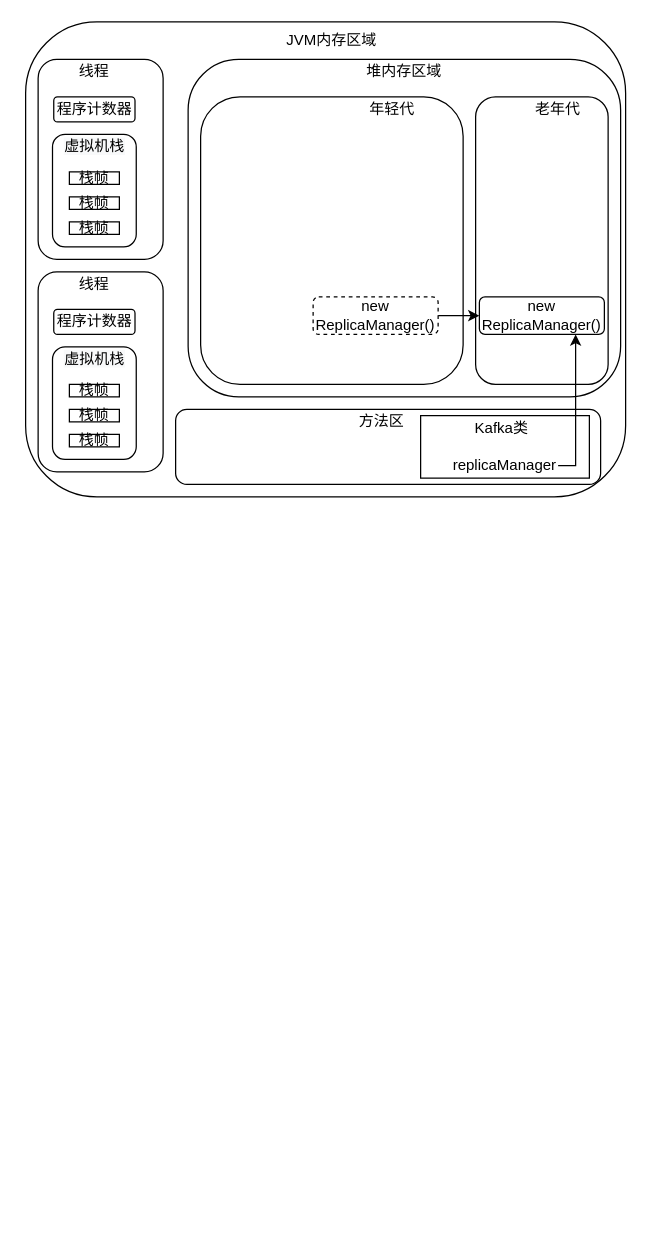
Before: JVM-代码的允许.drawio in chyw12798/chyw.github.io, a draw.io diagram. Source tidied: cells renumbered, new cells numbered last; positions are measured from the earlier drawing's top-left corner, leaving out a move shared by most shapes. Both pictures are drawn from the tidied source at 125%, with x=0, y=0 at pixel (25, 21).
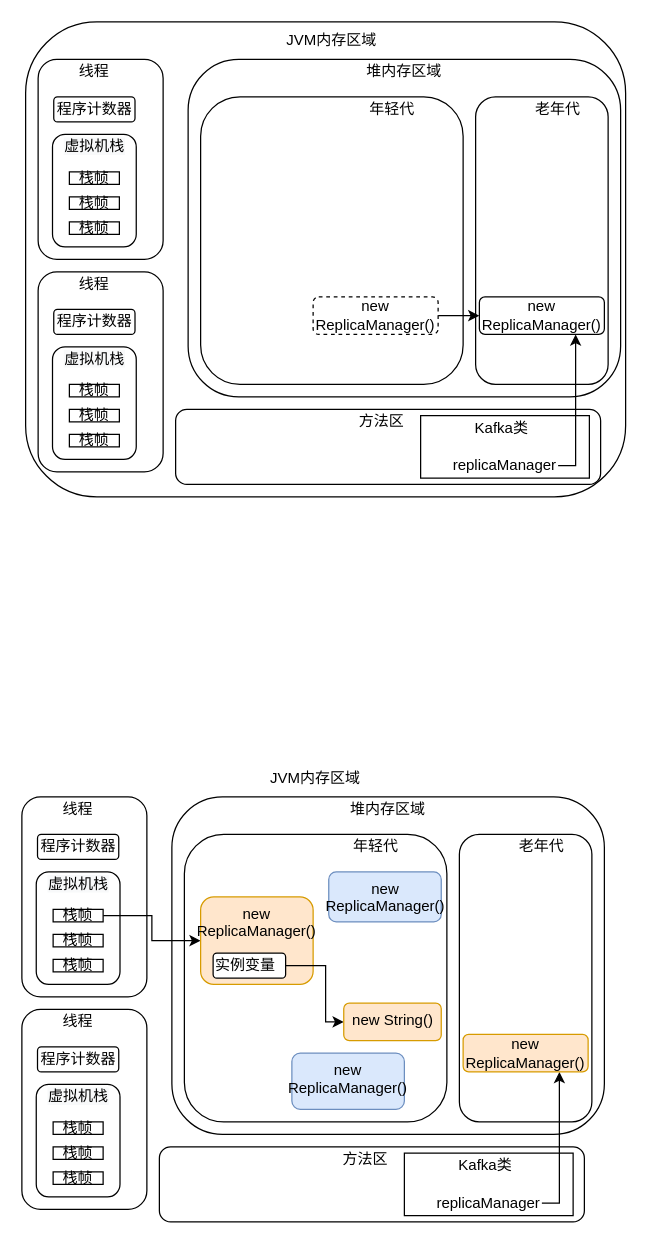
Above is the later version.

Commit message:
更新JVM-代码的允许.drawio

Diff of the diagram source:
```diff
@@
+    <mxCell id="35" value="JVM内存区域" style="text;html=1;strokeColor=none;fillColor=none;align=center;verticalAlign=middle;whiteSpace=wrap;rounded=0;" parent="1" vertex="1">
+      <mxGeometry x="187" y="590" width="90" height="30" as="geometry" />
+    </mxCell>
+    <mxCell id="36" style="rounded=1;whiteSpace=wrap;html=1;" parent="1" vertex="1">
+      <mxGeometry x="117" y="620" width="346" height="270" as="geometry" />
+    </mxCell>
+    <mxCell id="37" value="堆内存区域" style="text;html=1;strokeColor=none;fillColor=none;align=center;verticalAlign=middle;whiteSpace=wrap;rounded=0;" parent="1" vertex="1">
+      <mxGeometry x="252" y="620" width="76" height="20" as="geometry" />
+    </mxCell>
+    <mxCell id="38" style="rounded=1;whiteSpace=wrap;html=1;" parent="1" vertex="1">
+      <mxGeometry x="127" y="650" width="210" height="230" as="geometry" />
+    </mxCell>
+    <mxCell id="39" style="rounded=1;whiteSpace=wrap;html=1;" parent="1" vertex="1">
+      <mxGeometry x="347" y="650" width="106" height="230" as="geometry" />
+    </mxCell>
+    <mxCell id="40" value="年轻代" style="text;html=1;strokeColor=none;fillColor=none;align=center;verticalAlign=middle;whiteSpace=wrap;rounded=0;" parent="1" vertex="1">
+      <mxGeometry x="258" y="650" width="45" height="20" as="geometry" />
+    </mxCell>
+    <mxCell id="41" value="老年代" style="text;html=1;strokeColor=none;fillColor=none;align=center;verticalAlign=middle;whiteSpace=wrap;rounded=0;" parent="1" vertex="1">
+      <mxGeometry x="393" y="650" width="40" height="20" as="geometry" />
+    </mxCell>
+    <mxCell id="42" style="rounded=1;whiteSpace=wrap;html=1;" parent="1" vertex="1">
+      <mxGeometry x="107" y="900" width="340" height="60" as="geometry" />
+    </mxCell>
+    <mxCell id="43" style="rounded=1;whiteSpace=wrap;html=1;" parent="1" vertex="1">
+      <mxGeometry x="-3" y="620" width="100" height="160" as="geometry" />
+    </mxCell>
+    <mxCell id="44" value="线程" style="text;html=1;strokeColor=none;fillColor=none;align=center;verticalAlign=middle;whiteSpace=wrap;rounded=0;" parent="1" vertex="1">
+      <mxGeometry x="22" y="620" width="40" height="20" as="geometry" />
+    </mxCell>
+    <mxCell id="45" value="程序计数器" style="rounded=1;whiteSpace=wrap;html=1;" parent="1" vertex="1">
+      <mxGeometry x="9.5" y="650" width="65" height="20" as="geometry" />
+    </mxCell>
+    <mxCell id="46" style="rounded=1;whiteSpace=wrap;html=1;" parent="1" vertex="1">
+      <mxGeometry x="8.5" y="680" width="67" height="90" as="geometry" />
+    </mxCell>
+    <mxCell id="47" value="&#10;&#10;&lt;span style=&quot;color: rgb(0, 0, 0); font-family: helvetica; font-size: 12px; font-style: normal; font-weight: 400; letter-spacing: normal; text-align: center; text-indent: 0px; text-transform: none; word-spacing: 0px; background-color: rgb(248, 249, 250); display: inline; float: none;&quot;&gt;虚拟机栈&lt;/span&gt;&#10;&#10;" style="text;html=1;strokeColor=none;fillColor=none;align=center;verticalAlign=middle;whiteSpace=wrap;rounded=0;" parent="1" vertex="1">
+      <mxGeometry x="15.5" y="680" width="53" height="20" as="geometry" />
+    </mxCell>
+    <mxCell id="48" style="edgeStyle=orthogonalEdgeStyle;rounded=0;jettySize=auto;html=1;entryX=0;entryY=0.5;entryDx=0;entryDy=0;" parent="1" edge="1" source="49" target="66">
+      <mxGeometry relative="1" as="geometry" />
+    </mxCell>
+    <mxCell id="49" value="栈帧" style="rounded=0;whiteSpace=wrap;html=1;" parent="1" vertex="1">
+      <mxGeometry x="22" y="710" width="40" height="10" as="geometry" />
+    </mxCell>
+    <mxCell id="50" value="栈帧" style="rounded=0;whiteSpace=wrap;html=1;" parent="1" vertex="1">
+      <mxGeometry x="22" y="730" width="40" height="10" as="geometry" />
+    </mxCell>
+    <mxCell id="51" value="栈帧" style="rounded=0;whiteSpace=wrap;html=1;" parent="1" vertex="1">
+      <mxGeometry x="22" y="750" width="40" height="10" as="geometry" />
+    </mxCell>
+    <mxCell id="52" style="rounded=1;whiteSpace=wrap;html=1;" parent="1" vertex="1">
+      <mxGeometry x="-3" y="790" width="100" height="160" as="geometry" />
+    </mxCell>
+    <mxCell id="53" value="线程" style="text;html=1;strokeColor=none;fillColor=none;align=center;verticalAlign=middle;whiteSpace=wrap;rounded=0;" parent="1" vertex="1">
+      <mxGeometry x="22" y="790" width="40" height="20" as="geometry" />
+    </mxCell>
+    <mxCell id="54" value="程序计数器" style="rounded=1;whiteSpace=wrap;html=1;" parent="1" vertex="1">
+      <mxGeometry x="9.5" y="820" width="65" height="20" as="geometry" />
+    </mxCell>
+    <mxCell id="55" style="rounded=1;whiteSpace=wrap;html=1;" parent="1" vertex="1">
+      <mxGeometry x="8.5" y="850" width="67" height="90" as="geometry" />
+    </mxCell>
+    <mxCell id="56" value="&#10;&#10;&lt;span style=&quot;color: rgb(0, 0, 0); font-family: helvetica; font-size: 12px; font-style: normal; font-weight: 400; letter-spacing: normal; text-align: center; text-indent: 0px; text-transform: none; word-spacing: 0px; background-color: rgb(248, 249, 250); display: inline; float: none;&quot;&gt;虚拟机栈&lt;/span&gt;&#10;&#10;" style="text;html=1;strokeColor=none;fillColor=none;align=center;verticalAlign=middle;whiteSpace=wrap;rounded=0;" parent="1" vertex="1">
+      <mxGeometry x="15.5" y="850" width="53" height="20" as="geometry" />
+    </mxCell>
+    <mxCell id="57" value="栈帧" style="rounded=0;whiteSpace=wrap;html=1;" parent="1" vertex="1">
+      <mxGeometry x="22" y="880" width="40" height="10" as="geometry" />
+    </mxCell>
+    <mxCell id="58" value="栈帧" style="rounded=0;whiteSpace=wrap;html=1;" parent="1" vertex="1">
+      <mxGeometry x="22" y="900" width="40" height="10" as="geometry" />
+    </mxCell>
+    <mxCell id="59" value="栈帧" style="rounded=0;whiteSpace=wrap;html=1;" parent="1" vertex="1">
+      <mxGeometry x="22" y="920" width="40" height="10" as="geometry" />
+    </mxCell>
+    <mxCell id="60" value="方法区" style="text;html=1;strokeColor=none;fillColor=none;align=center;verticalAlign=middle;whiteSpace=wrap;rounded=0;" parent="1" vertex="1">
+      <mxGeometry x="252" y="900" width="40" height="20" as="geometry" />
+    </mxCell>
+    <mxCell id="61" style="rounded=0;whiteSpace=wrap;html=1;" parent="1" vertex="1">
+      <mxGeometry x="303" y="905" width="135" height="50" as="geometry" />
+    </mxCell>
+    <mxCell id="62" value="Kafka类" style="text;html=1;strokeColor=none;fillColor=none;align=center;verticalAlign=middle;whiteSpace=wrap;rounded=0;" parent="1" vertex="1">
+      <mxGeometry x="338" y="905" width="60" height="20" as="geometry" />
+    </mxCell>
+    <mxCell id="63" style="edgeStyle=orthogonalEdgeStyle;rounded=0;jettySize=auto;html=1;" parent="1" edge="1" source="64" target="65">
+      <mxGeometry relative="1" as="geometry">
+        <Array as="points">
+          <mxPoint x="427" y="945" />
+        </Array>
+      </mxGeometry>
+    </mxCell>
+    <mxCell id="64" value="replicaManager" style="text;html=1;strokeColor=none;fillColor=none;align=center;verticalAlign=middle;whiteSpace=wrap;rounded=0;" parent="1" vertex="1">
+      <mxGeometry x="328" y="935" width="85" height="20" as="geometry" />
+    </mxCell>
+    <mxCell id="65" value="new &lt;br&gt;ReplicaManager()" style="rounded=1;whiteSpace=wrap;html=1;fillColor=#ffe6cc;strokeColor=#d79b00;" parent="1" vertex="1">
+      <mxGeometry x="350" y="810" width="100" height="30" as="geometry" />
+    </mxCell>
+    <mxCell id="66" value="new &lt;br&gt;ReplicaManager()" style="rounded=1;whiteSpace=wrap;html=1;verticalAlign=top;fillColor=#ffe6cc;strokeColor=#d79b00;" parent="1" vertex="1">
+      <mxGeometry x="140" y="700" width="90" height="70" as="geometry" />
+    </mxCell>
+    <mxCell id="67" style="edgeStyle=orthogonalEdgeStyle;rounded=0;jettySize=auto;html=1;entryX=0;entryY=0.5;entryDx=0;entryDy=0;" parent="1" edge="1" source="68" target="69">
+      <mxGeometry relative="1" as="geometry">
+        <Array as="points">
+          <mxPoint x="240" y="755" />
+          <mxPoint x="240" y="800" />
+        </Array>
+      </mxGeometry>
+    </mxCell>
+    <mxCell id="68" value="实例变量" style="rounded=1;whiteSpace=wrap;html=1;align=left;" parent="1" vertex="1">
+      <mxGeometry x="150" y="745" width="58" height="20" as="geometry" />
+    </mxCell>
+    <mxCell id="69" value="new&amp;nbsp;String()" style="rounded=1;whiteSpace=wrap;html=1;verticalAlign=top;fillColor=#ffe6cc;strokeColor=#d79b00;" parent="1" vertex="1">
+      <mxGeometry x="254.5" y="785" width="78" height="30" as="geometry" />
+    </mxCell>
+    <mxCell id="70" value="new &lt;br&gt;ReplicaManager()" style="rounded=1;whiteSpace=wrap;html=1;verticalAlign=top;fillColor=#dae8fc;strokeColor=#6c8ebf;" parent="1" vertex="1">
+      <mxGeometry x="242.5" y="680" width="90" height="40" as="geometry" />
+    </mxCell>
+    <mxCell id="71" value="new &lt;br&gt;ReplicaManager()" style="rounded=1;whiteSpace=wrap;html=1;verticalAlign=top;fillColor=#dae8fc;strokeColor=#6c8ebf;" parent="1" vertex="1">
+      <mxGeometry x="213" y="825" width="90" height="45" as="geometry" />
+    </mxCell>
```
